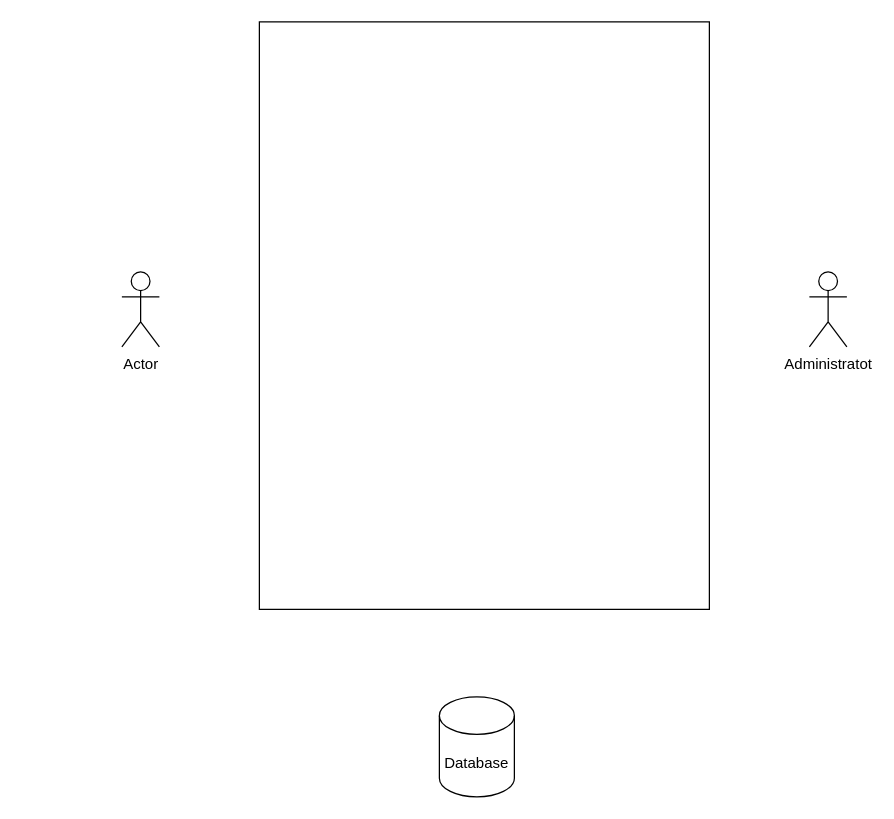
vpolamar/SRE- keeps this draw.io diagram as HW1_2_Usecase.drawio. Above is the earlier version. Source tidied: cells renumbered, new cells numbered last; positions are measured from the earlier drawing's top-left corner, leaving out a move shared by most shapes. Both pictures are drawn from the tidied source at 125%, with x=0, y=0 at pixel (121, 21).
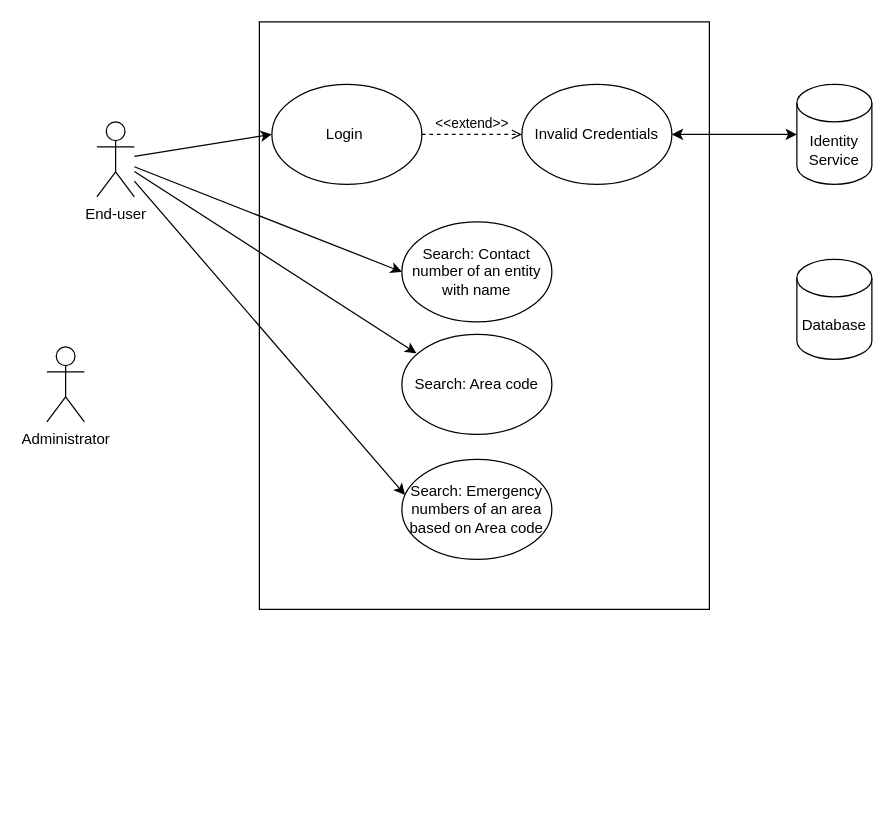
The same page after the edit.

Change to the diagram source:
```diff
@@
 <mxGraphModel>
   <root>
     <mxCell id="0" />
     <mxCell id="1" parent="0" />
-    <mxCell id="2" value="Actor" style="shape=umlActor;verticalLabelPosition=bottom;verticalAlign=top;html=1;outlineConnect=0;" parent="1" vertex="1">
-      <mxGeometry y="200" width="30" height="60" as="geometry" />
+    <mxCell id="2" value="End-user" style="shape=umlActor;verticalLabelPosition=bottom;verticalAlign=top;html=1;outlineConnect=0;" parent="1" vertex="1">
+      <mxGeometry x="-20" y="80" width="30" height="60" as="geometry" />
     </mxCell>
     <mxCell id="3" style="rounded=0;whiteSpace=wrap;html=1;" parent="1" vertex="1">
       <mxGeometry x="110" width="360" height="470" as="geometry" />
     </mxCell>
-    <mxCell id="4" value="Administratot" style="shape=umlActor;verticalLabelPosition=bottom;verticalAlign=top;html=1;" parent="1" vertex="1">
-      <mxGeometry x="550" y="200" width="30" height="60" as="geometry" />
+    <mxCell id="4" value="Administrator" style="shape=umlActor;verticalLabelPosition=bottom;verticalAlign=top;html=1;" parent="1" vertex="1">
+      <mxGeometry x="-60" y="260" width="30" height="60" as="geometry" />
     </mxCell>
     <mxCell id="5" value="Database" style="shape=cylinder3;whiteSpace=wrap;html=1;boundedLbl=1;backgroundOutline=1;size=15;" parent="1" vertex="1">
-      <mxGeometry x="254" y="540" width="60" height="80" as="geometry" />
+      <mxGeometry x="540" y="190" width="60" height="80" as="geometry" />
     </mxCell>
+    <mxCell id="6" value="Login&amp;nbsp;" style="ellipse;whiteSpace=wrap;html=1;" parent="1" vertex="1">
+      <mxGeometry x="120" y="50" width="120" height="80" as="geometry" />
+    </mxCell>
+    <mxCell id="7" value="Invalid Credentials" style="ellipse;whiteSpace=wrap;html=1;" parent="1" vertex="1">
+      <mxGeometry x="320" y="50" width="120" height="80" as="geometry" />
+    </mxCell>
+    <mxCell id="8" value="&amp;lt;&amp;lt;extend&amp;gt;&amp;gt;" style="html=1;verticalAlign=bottom;labelBackgroundColor=none;endArrow=open;endFill=0;dashed=1;rounded=0;exitX=1;exitY=0.5;exitDx=0;exitDy=0;entryX=0;entryY=0.5;entryDx=0;entryDy=0;" parent="1" edge="1" source="6" target="7">
+      <mxGeometry relative="1" as="geometry" />
+    </mxCell>
+    <mxCell id="9" style="endArrow=classic;startArrow=classic;html=1;rounded=0;exitX=1;exitY=0.5;exitDx=0;exitDy=0;" parent="1" edge="1" source="7">
+      <mxGeometry relative="1" as="geometry">
+        <mxPoint x="540" y="90" as="targetPoint" />
+      </mxGeometry>
+    </mxCell>
+    <mxCell id="10" value="Identity Service" style="shape=cylinder3;whiteSpace=wrap;html=1;boundedLbl=1;backgroundOutline=1;size=15;" parent="1" vertex="1">
+      <mxGeometry x="540" y="50" width="60" height="80" as="geometry" />
+    </mxCell>
+    <mxCell id="11" value="Search: Contact number of an entity with name" style="ellipse;whiteSpace=wrap;html=1;" parent="1" vertex="1">
+      <mxGeometry x="224" y="160" width="120" height="80" as="geometry" />
+    </mxCell>
+    <mxCell id="12" value="Search: Emergency numbers of an area based on Area code" style="ellipse;whiteSpace=wrap;html=1;" parent="1" vertex="1">
+      <mxGeometry x="224" y="350" width="120" height="80" as="geometry" />
+    </mxCell>
+    <mxCell id="13" value="Search: Area code" style="ellipse;whiteSpace=wrap;html=1;" parent="1" vertex="1">
+      <mxGeometry x="224" y="250" width="120" height="80" as="geometry" />
+    </mxCell>
+    <mxCell id="14" style="endArrow=classic;html=1;rounded=0;entryX=0;entryY=0.5;entryDx=0;entryDy=0;" parent="1" edge="1" source="2" target="11">
+      <mxGeometry relative="1" as="geometry" />
+    </mxCell>
+    <mxCell id="15" style="endArrow=classic;html=1;rounded=0;entryX=0;entryY=0.5;entryDx=0;entryDy=0;anchorPointDirection=1;" parent="1" edge="1" source="2" target="6">
+      <mxGeometry relative="1" as="geometry" />
+    </mxCell>
+    <mxCell id="16" style="endArrow=classic;html=1;rounded=0;entryX=0.097;entryY=0.189;entryDx=0;entryDy=0;entryPerimeter=0;" parent="1" edge="1" source="2" target="13">
+      <mxGeometry relative="1" as="geometry" />
+    </mxCell>
+    <mxCell id="17" style="endArrow=classic;html=1;rounded=0;entryX=0.021;entryY=0.355;entryDx=0;entryDy=0;entryPerimeter=0;" parent="1" edge="1" source="2" target="12">
+      <mxGeometry relative="1" as="geometry" />
+    </mxCell>
   </root>
 </mxGraphModel>
```
